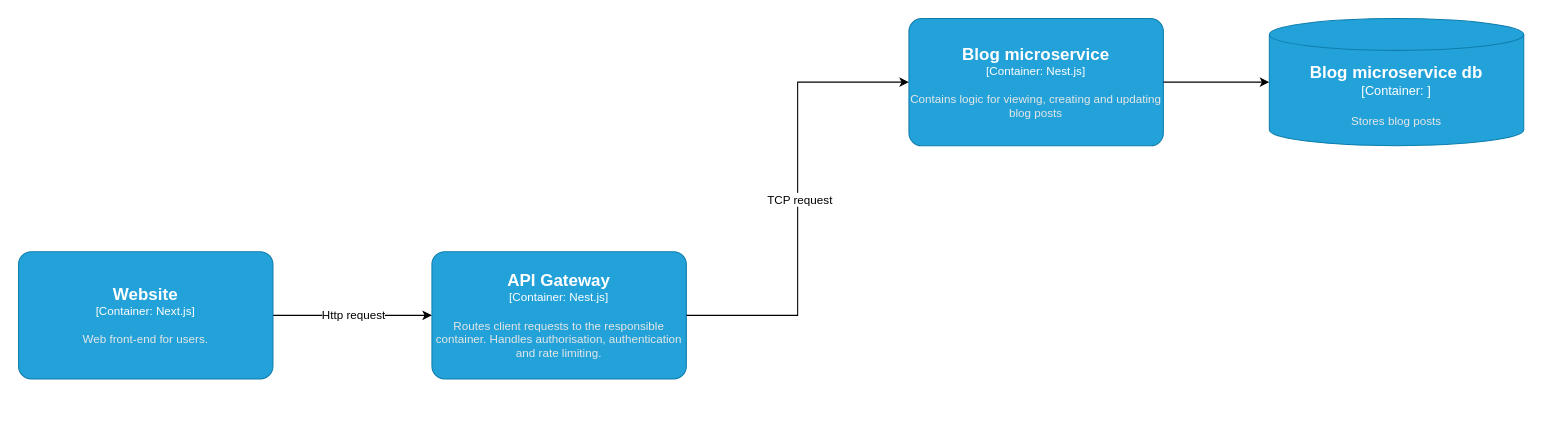
RicoCelsius/Portfolio_S3 keeps this draw.io diagram as Nuance architectuur.drawio. Above is the earlier version. Source tidied: cells renumbered, new cells numbered last; positions are measured from the earlier drawing's top-left corner, leaving out a move shared by most shapes. Both pictures are drawn from the tidied source at 106%, with x=0, y=0 at pixel (18, 18).
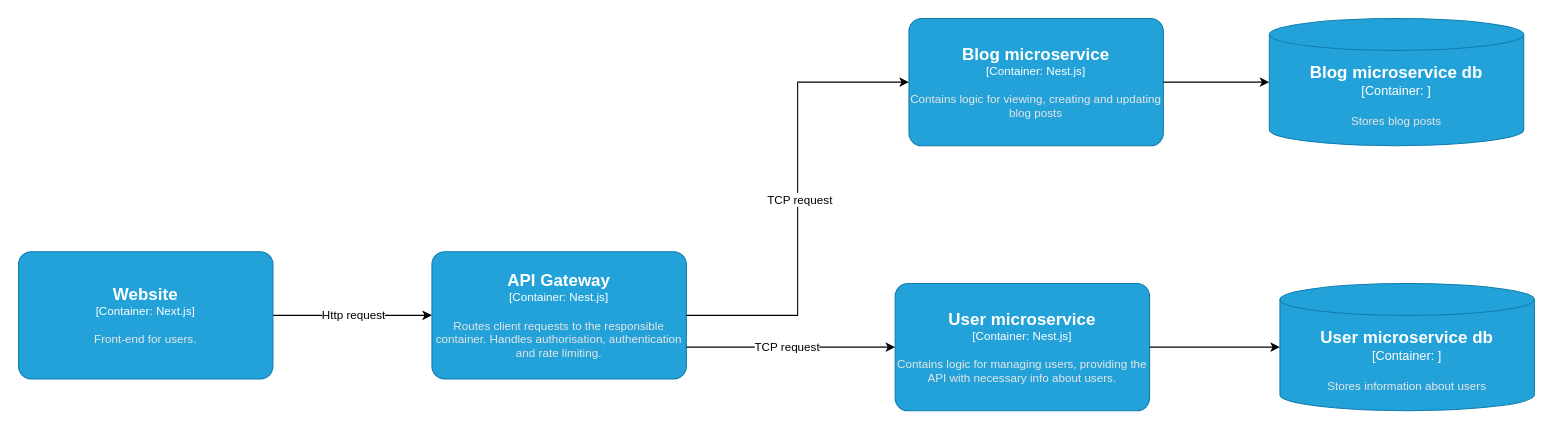
Above is the later version.

The edit, as a diff of the source:
```diff
@@
 <mxGraphModel>
   <root>
     <mxCell id="0" />
     <mxCell id="1" parent="0" />
     <object id="2" label="&lt;font style=&quot;font-size: 16px&quot;&gt;&lt;b&gt;%c4Name%&lt;/b&gt;&lt;/font&gt;&lt;div&gt;[%c4Type%: %c4Technology%]&lt;/div&gt;&lt;br&gt;&lt;div&gt;&lt;font style=&quot;font-size: 11px&quot;&gt;&lt;font color=&quot;#E6E6E6&quot;&gt;%c4Description%&lt;/font&gt;&lt;/div&gt;" c4Description="Contains logic for viewing, creating and updating blog posts" c4Name="Blog microservice" c4Technology="Nest.js" c4Type="Container" placeholders="1">
       <mxCell style="rounded=1;whiteSpace=wrap;html=1;fontSize=11;labelBackgroundColor=none;fillColor=#23A2D9;fontColor=#ffffff;align=center;arcSize=10;strokeColor=#0E7DAD;points=[[0.25,0,0],[0.5,0,0],[0.75,0,0],[1,0.25,0],[1,0.5,0],[1,0.75,0],[0.75,1,0],[0.5,1,0],[0.25,1,0],[0,0.75,0],[0,0.5,0],[0,0.25,0]];" parent="1" vertex="1">
         <mxGeometry x="840" width="240" height="120" as="geometry" />
       </mxCell>
     </object>
     <object id="3" label="&lt;font style=&quot;font-size: 16px&quot;&gt;&lt;b&gt;%c4Name%&lt;/b&gt;&lt;/font&gt;&lt;div&gt;[%c4Type%: %c4Technology%]&lt;/div&gt;&lt;br&gt;&lt;div&gt;&lt;font style=&quot;font-size: 11px&quot;&gt;&lt;font color=&quot;#E6E6E6&quot;&gt;%c4Description%&lt;/font&gt;&lt;/div&gt;" c4Description="Routes client requests to the responsible container. Handles authorisation, authentication and rate limiting." c4Name="API Gateway" c4Technology="Nest.js" c4Type="Container" placeholders="1">
       <mxCell style="rounded=1;whiteSpace=wrap;html=1;fontSize=11;labelBackgroundColor=none;fillColor=#23A2D9;fontColor=#ffffff;align=center;arcSize=10;strokeColor=#0E7DAD;points=[[0.25,0,0],[0.5,0,0],[0.75,0,0],[1,0.25,0],[1,0.5,0],[1,0.75,0],[0.75,1,0],[0.5,1,0],[0.25,1,0],[0,0.75,0],[0,0.5,0],[0,0.25,0]];" parent="1" vertex="1">
         <mxGeometry x="390" y="220" width="240" height="120" as="geometry" />
       </mxCell>
     </object>
     <mxCell id="4" style="edgeStyle=orthogonalEdgeStyle;rounded=0;jettySize=auto;html=1;" parent="1" edge="1" source="6" target="3">
       <mxGeometry relative="1" as="geometry" />
     </mxCell>
     <mxCell id="5" value="Http request" style="edgeLabel;html=1;align=center;verticalAlign=middle;" parent="4" vertex="1">
       <mxGeometry y="1" relative="1" as="geometry" />
     </mxCell>
-    <object id="6" label="&lt;font style=&quot;font-size: 16px&quot;&gt;&lt;b&gt;%c4Name%&lt;/b&gt;&lt;/font&gt;&lt;div&gt;[%c4Type%: %c4Technology%]&lt;/div&gt;&lt;br&gt;&lt;div&gt;&lt;font style=&quot;font-size: 11px&quot;&gt;&lt;font color=&quot;#E6E6E6&quot;&gt;%c4Description%&lt;/font&gt;&lt;/div&gt;" c4Description="Web front-end for users." c4Name="Website" c4Technology="Next.js" c4Type="Container" placeholders="1">
+    <object id="6" label="&lt;font style=&quot;font-size: 16px&quot;&gt;&lt;b&gt;%c4Name%&lt;/b&gt;&lt;/font&gt;&lt;div&gt;[%c4Type%: %c4Technology%]&lt;/div&gt;&lt;br&gt;&lt;div&gt;&lt;font style=&quot;font-size: 11px&quot;&gt;&lt;font color=&quot;#E6E6E6&quot;&gt;%c4Description%&lt;/font&gt;&lt;/div&gt;" c4Description="Front-end for users." c4Name="Website" c4Technology="Next.js" c4Type="Container" placeholders="1">
       <mxCell style="rounded=1;whiteSpace=wrap;html=1;fontSize=11;labelBackgroundColor=none;fillColor=#23A2D9;fontColor=#ffffff;align=center;arcSize=10;strokeColor=#0E7DAD;points=[[0.25,0,0],[0.5,0,0],[0.75,0,0],[1,0.25,0],[1,0.5,0],[1,0.75,0],[0.75,1,0],[0.5,1,0],[0.25,1,0],[0,0.75,0],[0,0.5,0],[0,0.25,0]];" parent="1" vertex="1">
         <mxGeometry y="220" width="240" height="120" as="geometry" />
       </mxCell>
     </object>
     <mxCell id="7" style="edgeStyle=orthogonalEdgeStyle;rounded=0;jettySize=auto;html=1;exitX=1;exitY=0.5;exitDx=0;exitDy=0;exitPerimeter=0;entryX=0;entryY=0.5;entryDx=0;entryDy=0;entryPerimeter=0;" parent="1" edge="1" source="3" target="2">
       <mxGeometry relative="1" as="geometry" />
     </mxCell>
     <mxCell id="8" value="TCP request" style="edgeLabel;html=1;align=center;verticalAlign=middle;" parent="7" vertex="1">
       <mxGeometry y="-1" relative="1" as="geometry" />
     </mxCell>
     <object id="9" label="&lt;font style=&quot;font-size: 16px&quot;&gt;&lt;b&gt;%c4Type%&lt;/b&gt;&lt;/font&gt;&lt;div&gt;[%c4Container%:&amp;nbsp;%c4Technology%]&lt;/div&gt;&lt;br&gt;&lt;div&gt;&lt;font style=&quot;font-size: 11px&quot;&gt;&lt;font color=&quot;#E6E6E6&quot;&gt;%c4Description%&lt;/font&gt;&lt;/div&gt;" c4Container="Container" c4Description="Stores blog posts" c4Technology="" c4Type="Blog microservice db" placeholders="1">
       <mxCell style="shape=cylinder3;size=15;whiteSpace=wrap;html=1;boundedLbl=1;rounded=0;labelBackgroundColor=none;fillColor=#23A2D9;fontSize=12;fontColor=#ffffff;align=center;strokeColor=#0E7DAD;points=[[0.5,0,0],[1,0.25,0],[1,0.5,0],[1,0.75,0],[0.5,1,0],[0,0.75,0],[0,0.5,0],[0,0.25,0]];" parent="1" vertex="1">
         <mxGeometry x="1180" width="240" height="120" as="geometry" />
       </mxCell>
     </object>
     <mxCell id="10" style="edgeStyle=orthogonalEdgeStyle;rounded=0;jettySize=auto;html=1;exitX=1;exitY=0.5;exitDx=0;exitDy=0;exitPerimeter=0;entryX=0;entryY=0.5;entryDx=0;entryDy=0;entryPerimeter=0;" parent="1" edge="1" source="2" target="9">
       <mxGeometry relative="1" as="geometry" />
     </mxCell>
+    <object id="11" label="&lt;font style=&quot;font-size: 16px&quot;&gt;&lt;b&gt;%c4Name%&lt;/b&gt;&lt;/font&gt;&lt;div&gt;[%c4Type%: %c4Technology%]&lt;/div&gt;&lt;br&gt;&lt;div&gt;&lt;font style=&quot;font-size: 11px&quot;&gt;&lt;font color=&quot;#E6E6E6&quot;&gt;%c4Description%&lt;/font&gt;&lt;/div&gt;" c4Description="Contains logic for managing users, providing the API with necessary info about users." c4Name="User microservice" c4Technology="Nest.js" c4Type="Container" placeholders="1">
+      <mxCell style="rounded=1;whiteSpace=wrap;html=1;fontSize=11;labelBackgroundColor=none;fillColor=#23A2D9;fontColor=#ffffff;align=center;arcSize=10;strokeColor=#0E7DAD;points=[[0.25,0,0],[0.5,0,0],[0.75,0,0],[1,0.25,0],[1,0.5,0],[1,0.75,0],[0.75,1,0],[0.5,1,0],[0.25,1,0],[0,0.75,0],[0,0.5,0],[0,0.25,0]];" parent="1" vertex="1">
+        <mxGeometry x="827" y="250" width="240" height="120" as="geometry" />
+      </mxCell>
+    </object>
+    <mxCell id="12" style="edgeStyle=orthogonalEdgeStyle;rounded=0;jettySize=auto;html=1;exitX=1;exitY=0.75;exitDx=0;exitDy=0;exitPerimeter=0;entryX=0;entryY=0.5;entryDx=0;entryDy=0;entryPerimeter=0;" parent="1" edge="1" source="3" target="11">
+      <mxGeometry relative="1" as="geometry" />
+    </mxCell>
+    <mxCell id="13" value="TCP request" style="edgeLabel;html=1;align=center;verticalAlign=middle;" parent="12" vertex="1">
+      <mxGeometry x="-0.05" y="1" relative="1" as="geometry" />
+    </mxCell>
+    <object id="14" label="&lt;font style=&quot;font-size: 16px&quot;&gt;&lt;b&gt;%c4Type%&lt;/b&gt;&lt;/font&gt;&lt;div&gt;[%c4Container%:&amp;nbsp;%c4Technology%]&lt;/div&gt;&lt;br&gt;&lt;div&gt;&lt;font style=&quot;font-size: 11px&quot;&gt;&lt;font color=&quot;#E6E6E6&quot;&gt;%c4Description%&lt;/font&gt;&lt;/div&gt;" c4Container="Container" c4Description="Stores information about users" c4Technology="" c4Type="User microservice db" placeholders="1">
+      <mxCell style="shape=cylinder3;size=15;whiteSpace=wrap;html=1;boundedLbl=1;rounded=0;labelBackgroundColor=none;fillColor=#23A2D9;fontSize=12;fontColor=#ffffff;align=center;strokeColor=#0E7DAD;points=[[0.5,0,0],[1,0.25,0],[1,0.5,0],[1,0.75,0],[0.5,1,0],[0,0.75,0],[0,0.5,0],[0,0.25,0]];" parent="1" vertex="1">
+        <mxGeometry x="1190" y="250" width="240" height="120" as="geometry" />
+      </mxCell>
+    </object>
+    <mxCell id="15" style="edgeStyle=orthogonalEdgeStyle;rounded=0;jettySize=auto;html=1;exitX=1;exitY=0.5;exitDx=0;exitDy=0;exitPerimeter=0;entryX=0;entryY=0.5;entryDx=0;entryDy=0;entryPerimeter=0;" parent="1" edge="1" source="11" target="14">
+      <mxGeometry relative="1" as="geometry" />
+    </mxCell>
   </root>
 </mxGraphModel>
```
